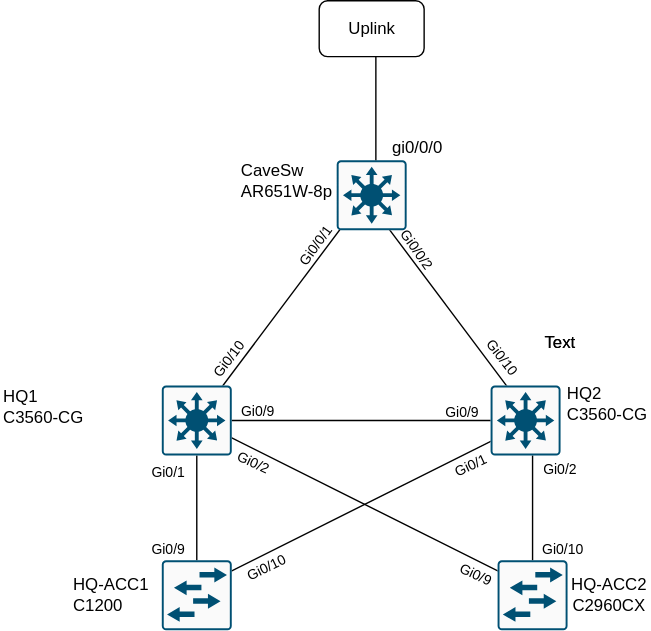
The-Cave-Tech/Network-PnP keeps this draw.io diagram as PhysicalTopography.drawio.svg. Above is the earlier version. Source tidied: cells renumbered, new cells last; positions are measured from the earlier drawing's top-left corner, leaving out a move shared by most shapes.
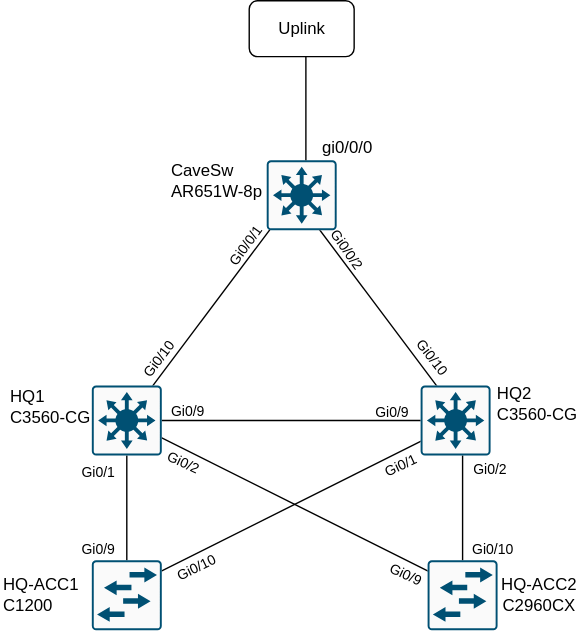
After the change.

Diff of the diagram source:
```diff
@@ -91,7 +91,7 @@
       <mxGeometry x="170" y="114" width="110" height="30" as="geometry" />
     </mxCell>
     <mxCell id="25" value="HQ1&lt;div&gt;C3560-CG&lt;/div&gt;" style="text;html=1;align=left;verticalAlign=middle;whiteSpace=wrap;rounded=0;" parent="2" vertex="1">
-      <mxGeometry y="275" width="60" height="30" as="geometry" />
+      <mxGeometry x="55" y="275" width="60" height="30" as="geometry" />
     </mxCell>
     <mxCell id="26" value="HQ-ACC1&lt;div&gt;C1200&lt;/div&gt;" style="text;html=1;align=left;verticalAlign=middle;whiteSpace=wrap;rounded=0;" parent="2" vertex="1">
       <mxGeometry x="50" y="410" width="60" height="30" as="geometry" />
@@ -126,12 +126,6 @@
     <mxCell id="35" value="Uplink" style="rounded=1;whiteSpace=wrap;html=1;" parent="2" vertex="1">
       <mxGeometry x="227.5" width="75" height="40" as="geometry" />
     </mxCell>
-    <mxCell id="36" value="Text" style="text;html=1;align=center;verticalAlign=middle;whiteSpace=wrap;rounded=0;" parent="2" vertex="1">
-      <mxGeometry x="370" y="230" width="60" height="30" as="geometry" />
-    </mxCell>
-    <mxCell id="37" value="Text" style="text;html=1;align=center;verticalAlign=middle;whiteSpace=wrap;rounded=0;" parent="2" vertex="1">
-      <mxGeometry x="370" y="230" width="60" height="30" as="geometry" />
-    </mxCell>
     <mxCell id="38" value="gi0/0/0" style="text;html=1;align=center;verticalAlign=middle;whiteSpace=wrap;rounded=0;" parent="2" vertex="1">
       <mxGeometry x="268" y="90" width="60" height="30" as="geometry" />
     </mxCell>
```
